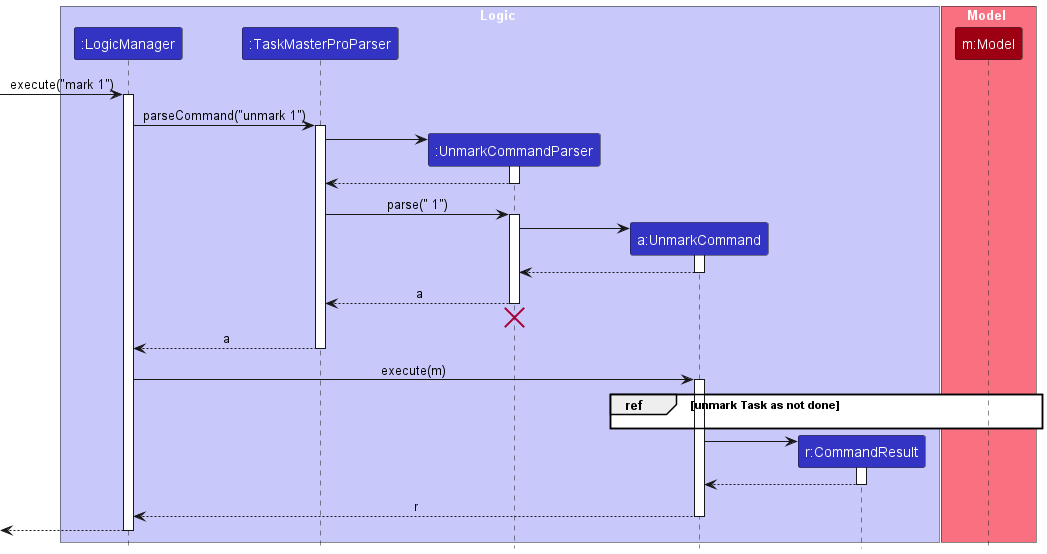
Above: docs/images/UnmarkDiagram.png in azumieflare/tp (PlantUML), before the change.
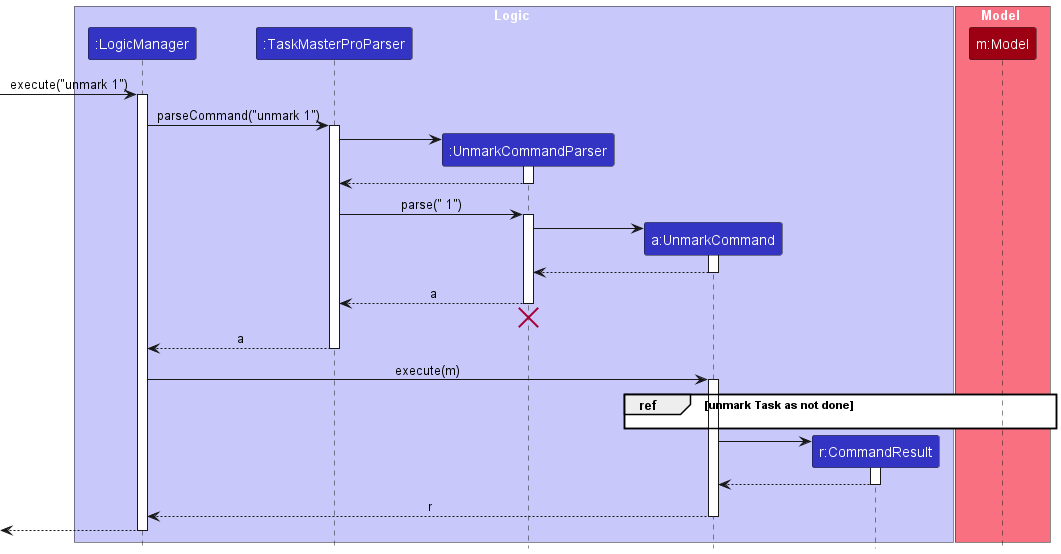
After the change.

Change to the diagram source:
```diff
@@ -14,7 +14,7 @@
 participant "m:Model" as Model MODEL_COLOR
 end box
 
-[-> LogicManager : execute("mark 1")
+[-> LogicManager : execute("unmark 1")
 activate LogicManager
 
 LogicManager -> TaskMasterProParser : parseCommand("unmark 1")
```
